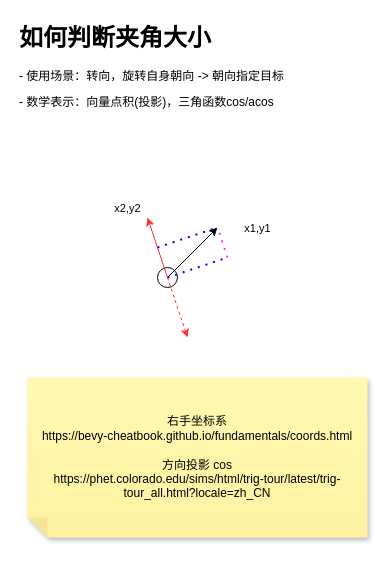
Earlier version of the draw.io diagram page "数学-方向" (7 of 7) of bevy-0.17.drawio (topkg/graph). Source tidied: cells renumbered, new cells numbered last; positions are measured from the earlier drawing's top-left corner, leaving out a move shared by most shapes. Both pictures are drawn from the tidied source at 100%, with x=0, y=0 at pixel (17, 17).
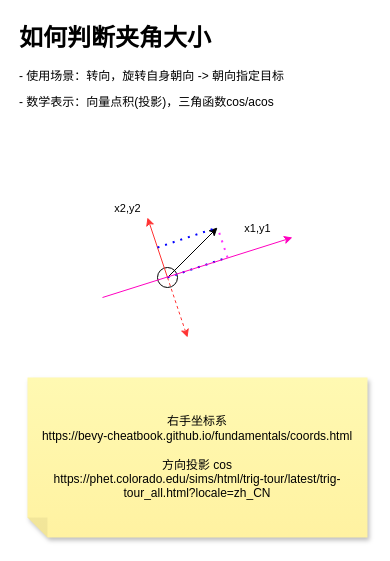
After the change.

Commit message:
添加投影垂直线

Diff of the diagram source:
```diff
@@
+    <mxCell id="13" style="endArrow=classic;html=1;rounded=0;strokeColor=#FF00C0;" parent="1" edge="1">
+      <mxGeometry relative="1" as="geometry">
+        <mxPoint x="85" y="280" as="sourcePoint" />
+        <mxPoint x="275" y="220" as="targetPoint" />
+      </mxGeometry>
+    </mxCell>
```
